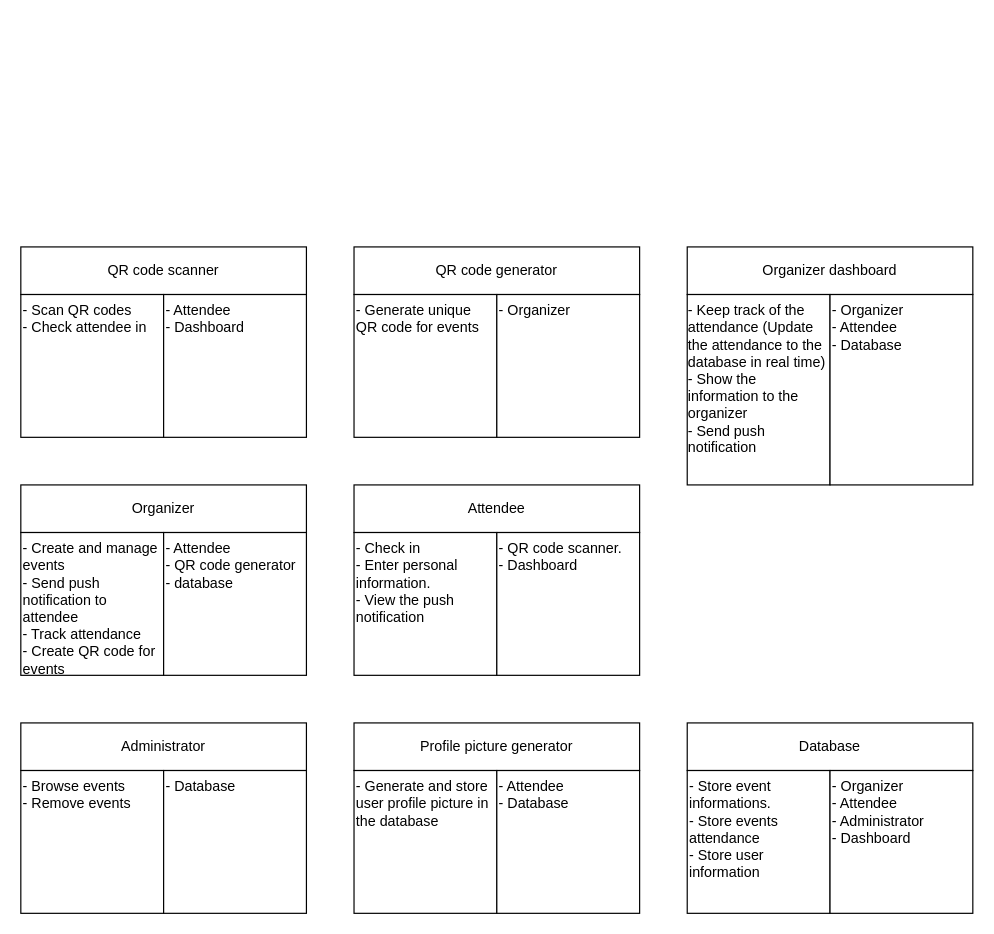
CMPUT301W24T20/Lins-Second-Strongest-Students keeps this draw.io diagram as CRC.drawio. Above is the earlier version. Source tidied: cells renumbered, new cells numbered last; positions are measured from the earlier drawing's top-left corner, leaving out a move shared by most shapes. Both pictures are drawn from the tidied source at 119%, with x=0, y=0 at pixel (20, 246).
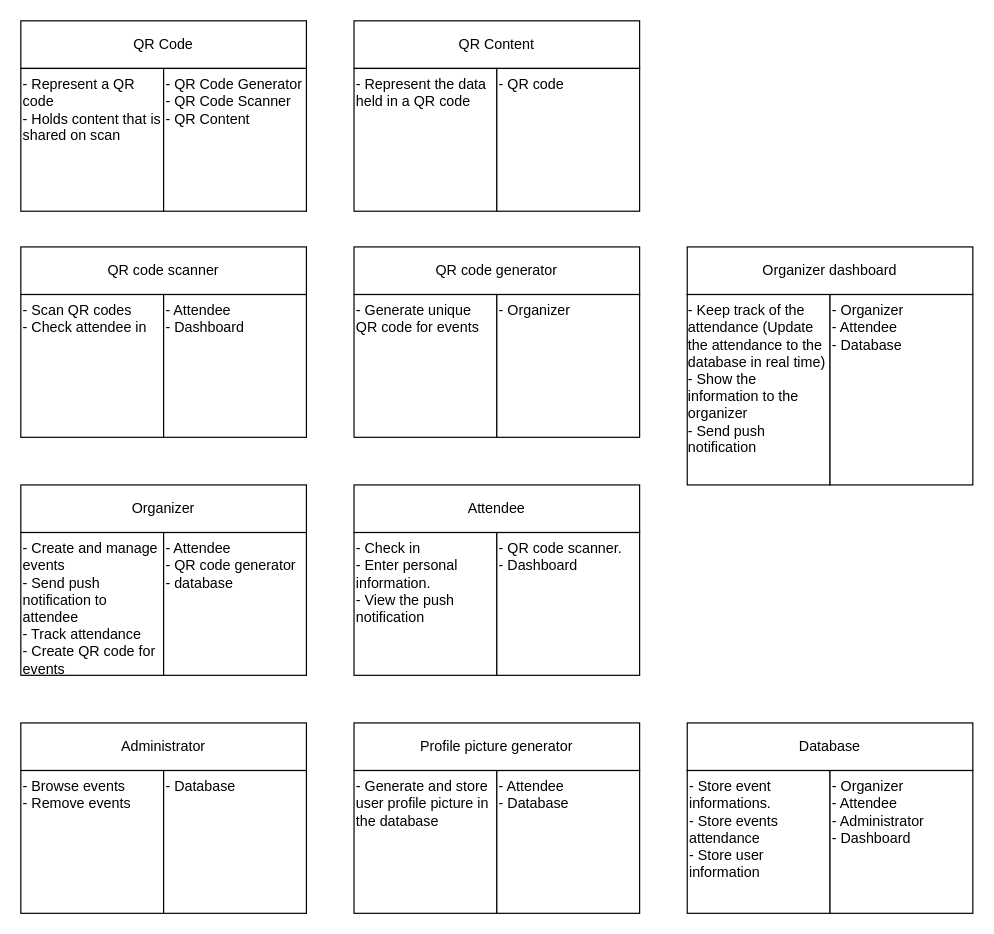
The same page after the edit.

The edit, as a diff of the source:
```diff
@@
+    <mxCell id="34" style="group;align=left;verticalAlign=top;" parent="1" vertex="1">
+      <mxGeometry y="-190" width="240" height="160" as="geometry" />
+    </mxCell>
+    <mxCell id="35" value="QR Code" style="rounded=0;whiteSpace=wrap;html=1;" parent="34" vertex="1">
+      <mxGeometry width="240" height="40" as="geometry" />
+    </mxCell>
+    <mxCell id="36" value="- Represent a QR code&lt;br&gt;- Holds content that is shared on scan" style="rounded=0;whiteSpace=wrap;html=1;verticalAlign=top;align=left;" parent="34" vertex="1">
+      <mxGeometry y="40" width="120" height="120" as="geometry" />
+    </mxCell>
+    <mxCell id="37" value="- QR Code Generator&lt;br&gt;- QR Code Scanner&lt;br&gt;- QR Content" style="rounded=0;whiteSpace=wrap;html=1;verticalAlign=top;align=left;" parent="34" vertex="1">
+      <mxGeometry x="120" y="40" width="120" height="120" as="geometry" />
+    </mxCell>
+    <mxCell id="38" style="group;align=left;verticalAlign=top;" parent="1" vertex="1">
+      <mxGeometry x="280" y="-190" width="240" height="160" as="geometry" />
+    </mxCell>
+    <mxCell id="39" value="QR Content" style="rounded=0;whiteSpace=wrap;html=1;" parent="38" vertex="1">
+      <mxGeometry width="240" height="40" as="geometry" />
+    </mxCell>
+    <mxCell id="40" value="- Represent the data held in a QR code" style="rounded=0;whiteSpace=wrap;html=1;verticalAlign=top;align=left;" parent="38" vertex="1">
+      <mxGeometry y="40" width="120" height="120" as="geometry" />
+    </mxCell>
+    <mxCell id="41" value="- QR code" style="rounded=0;whiteSpace=wrap;html=1;verticalAlign=top;align=left;" parent="38" vertex="1">
+      <mxGeometry x="120" y="40" width="120" height="120" as="geometry" />
+    </mxCell>
```
